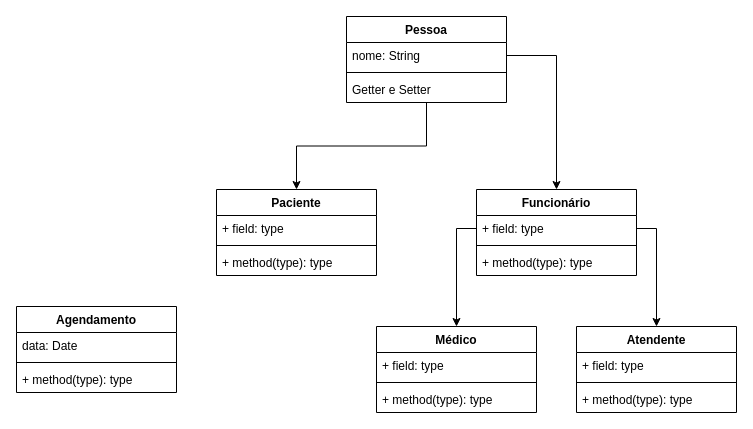
Earlier version of the draw.io diagram Digrama_classes.drawio (psdsantos/Saudepp). Source tidied: cells renumbered, new cells numbered last; positions are measured from the earlier drawing's top-left corner, leaving out a move shared by most shapes. Both pictures are drawn from the tidied source at 100%, with x=0, y=0 at pixel (16, 16).
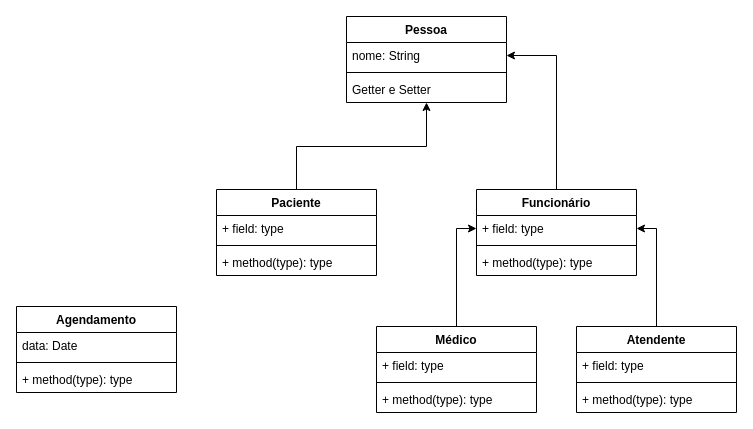
Above is the later version.

Commit message:
Updated class inheritance

The change refers to these unchanged cells:
```xml
<mxCell id="2" value="Paciente" style="swimlane;fontStyle=1;align=center;verticalAlign=top;horizontal=1;startSize=26;" parent="1" vertex="1">
  <mxGeometry x="200" y="173" width="160" height="86" as="geometry" />
</mxCell>
<mxCell id="6" value="Funcionário" style="swimlane;fontStyle=1;align=center;verticalAlign=top;horizontal=1;startSize=26;" parent="1" vertex="1">
  <mxGeometry x="460" y="173" width="160" height="86" as="geometry" />
</mxCell>
<mxCell id="7" value="+ field: type" style="text;strokeColor=none;fillColor=none;align=left;verticalAlign=top;spacingLeft=4;spacingRight=4;overflow=hidden;points=[[0,0.5],[1,0.5]];portConstraint=eastwest;" parent="6" vertex="1">
  <mxGeometry y="26" width="160" height="26" as="geometry" />
</mxCell>
<mxCell id="10" value="Médico" style="swimlane;fontStyle=1;align=center;verticalAlign=top;horizontal=1;startSize=26;" parent="1" vertex="1">
  <mxGeometry x="360" y="310" width="160" height="86" as="geometry" />
</mxCell>
<mxCell id="14" value="Atendente" style="swimlane;fontStyle=1;align=center;verticalAlign=top;horizontal=1;startSize=26;" parent="1" vertex="1">
  <mxGeometry x="560" y="310" width="160" height="86" as="geometry" />
</mxCell>
<mxCell id="21" value="Pessoa" style="swimlane;fontStyle=1;align=center;verticalAlign=top;horizontal=1;startSize=26;" parent="1" vertex="1">
  <mxGeometry x="330" width="160" height="86" as="geometry" />
</mxCell>
<mxCell id="22" value="nome: String" style="text;strokeColor=none;fillColor=none;align=left;verticalAlign=top;spacingLeft=4;spacingRight=4;overflow=hidden;points=[[0,0.5],[1,0.5]];portConstraint=eastwest;" parent="21" vertex="1">
  <mxGeometry y="26" width="160" height="26" as="geometry" />
</mxCell>
<mxCell id="24" value="Getter e Setter" style="text;strokeColor=none;fillColor=none;align=left;verticalAlign=top;spacingLeft=4;spacingRight=4;overflow=hidden;points=[[0,0.5],[1,0.5]];portConstraint=eastwest;" parent="21" vertex="1">
  <mxGeometry y="60" width="160" height="26" as="geometry" />
</mxCell>
```

The edit, as a diff of the source:
```diff
@@
-    <mxCell id="18" style="edgeStyle=orthogonalEdgeStyle;rounded=0;jettySize=auto;html=1;" parent="1" edge="1" source="7" target="10">
+    <mxCell id="18" style="edgeStyle=orthogonalEdgeStyle;rounded=0;jettySize=auto;html=1;entryX=0;entryY=0.5;entryDx=0;entryDy=0;exitX=0.5;exitY=0;exitDx=0;exitDy=0;" parent="1" edge="1" source="10" target="7">
       <mxGeometry relative="1" as="geometry" />
     </mxCell>
-    <mxCell id="19" style="edgeStyle=orthogonalEdgeStyle;rounded=0;jettySize=auto;html=1;" parent="1" edge="1" source="7" target="14">
+    <mxCell id="19" style="edgeStyle=orthogonalEdgeStyle;rounded=0;jettySize=auto;html=1;exitX=0.5;exitY=0;exitDx=0;exitDy=0;entryX=1;entryY=0.5;entryDx=0;entryDy=0;" parent="1" edge="1" source="14" target="7">
       <mxGeometry relative="1" as="geometry" />
     </mxCell>
-    <mxCell id="20" style="edgeStyle=orthogonalEdgeStyle;rounded=0;jettySize=auto;html=1;" parent="1" edge="1" source="21" target="2">
-      <mxGeometry relative="1" as="geometry" />
+    <mxCell id="20" style="edgeStyle=orthogonalEdgeStyle;rounded=0;orthogonalLoop=1;jettySize=auto;html=1;entryX=0.481;entryY=1.038;entryDx=0;entryDy=0;entryPerimeter=0;" parent="1" edge="1">
+      <mxGeometry relative="1" as="geometry">
+        <mxPoint x="210" y="100" as="sourcePoint" />
+      </mxGeometry>
     </mxCell>
@@
-    <mxCell id="25" style="edgeStyle=orthogonalEdgeStyle;rounded=0;jettySize=auto;html=1;" parent="1" edge="1" source="22" target="6">
+    <mxCell id="25" style="edgeStyle=orthogonalEdgeStyle;rounded=0;jettySize=auto;html=1;endArrow=classic;endFill=1;entryX=1;entryY=-0.154;entryDx=0;entryDy=0;entryPerimeter=0;exitX=0.5;exitY=0;exitDx=0;exitDy=0;" parent="1" edge="1" source="6">
       <mxGeometry relative="1" as="geometry" />
     </mxCell>
@@
+    <mxCell id="30" style="edgeStyle=orthogonalEdgeStyle;rounded=0;jettySize=auto;html=1;entryX=1;entryY=0.5;entryDx=0;entryDy=0;exitX=0.5;exitY=0;exitDx=0;exitDy=0;" parent="1" edge="1" source="6" target="22">
+      <mxGeometry relative="1" as="geometry" />
+    </mxCell>
+    <mxCell id="31" style="edgeStyle=orthogonalEdgeStyle;rounded=0;jettySize=auto;html=1;exitX=0.5;exitY=0;exitDx=0;exitDy=0;" parent="1" edge="1" source="2" target="24">
+      <mxGeometry relative="1" as="geometry">
+        <Array as="points">
+          <mxPoint x="280" y="130" />
+          <mxPoint x="410" y="130" />
+        </Array>
+      </mxGeometry>
+    </mxCell>
```
